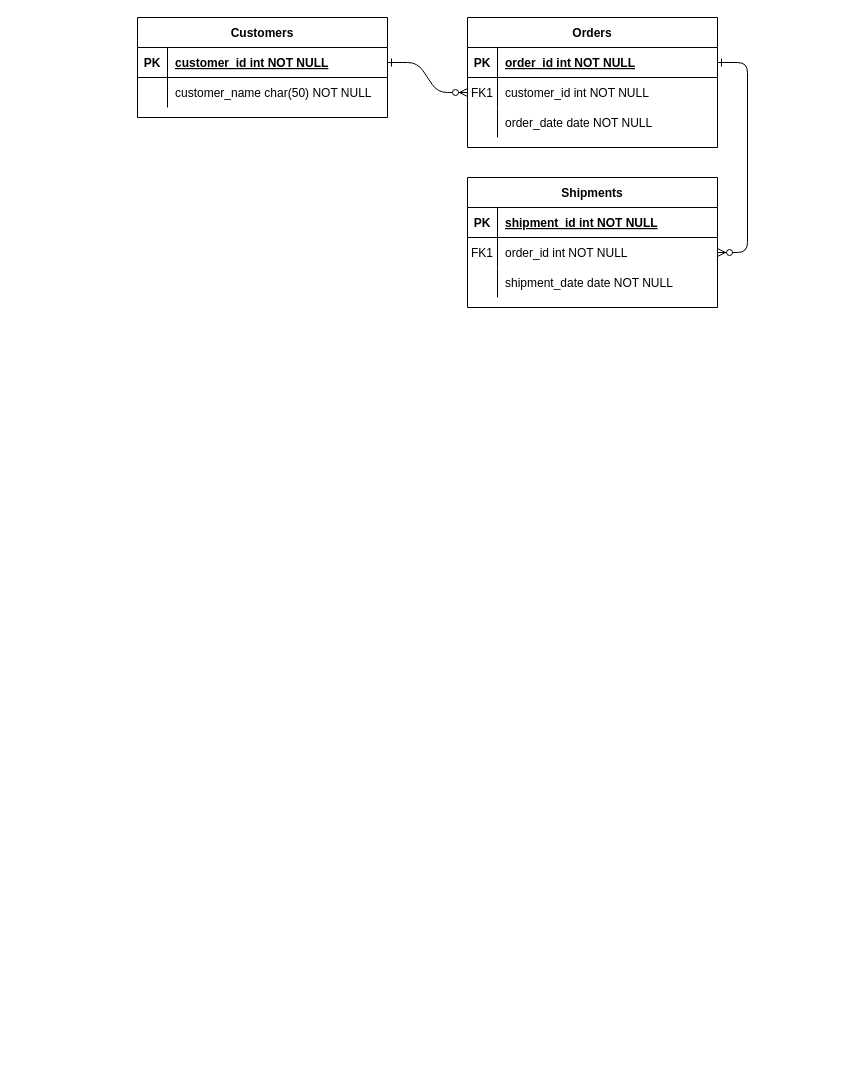
This is 未命名绘图.drawio from jcohy/drawio, a draw.io file, before an edit. Source tidied: cells renumbered, new cells numbered last; positions are measured from the earlier drawing's top-left corner, leaving out a move shared by most shapes. Both pictures are drawn from the tidied source at 100%, with x=0, y=0 at pixel (137, 17).
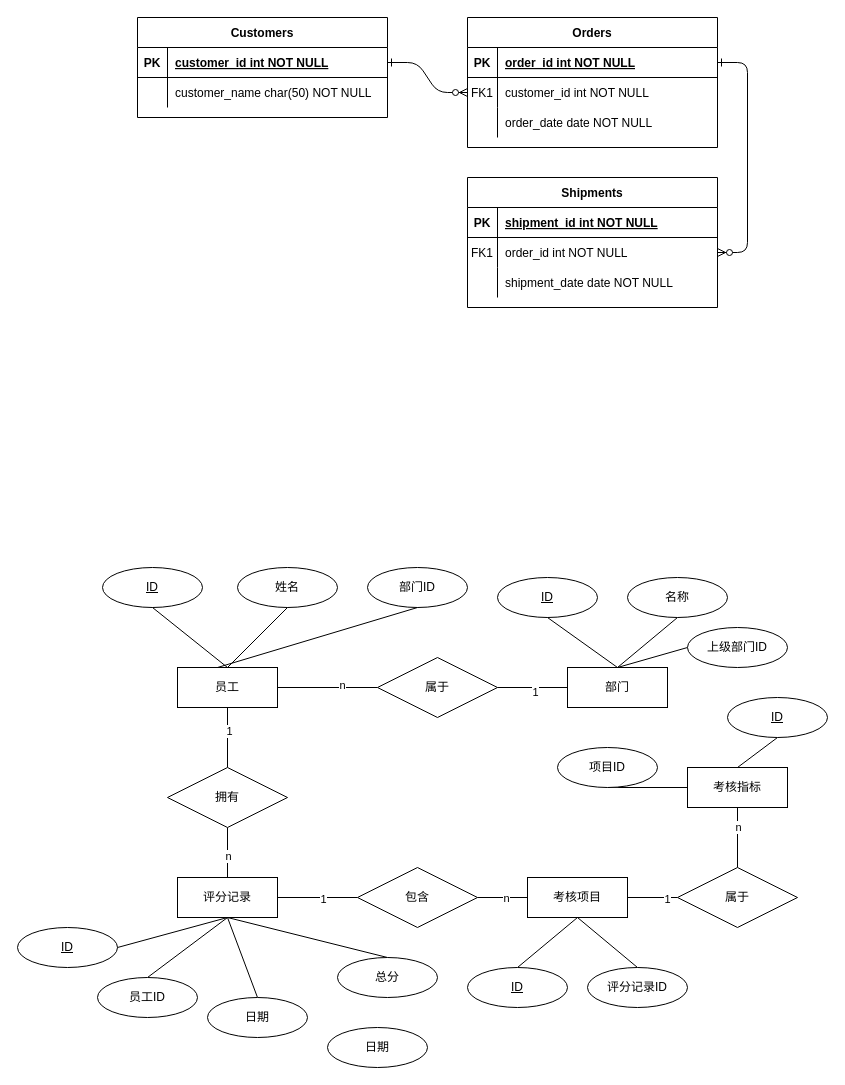
Above is the later version.

Commit message (it also covers changes not shown here):
更新未命名绘图.drawio

Diff of the diagram source:
```diff
@@
+    <mxCell id="31" value="姓名" style="ellipse;whiteSpace=wrap;html=1;align=center;" parent="1" vertex="1">
+      <mxGeometry x="100" y="550" width="100" height="40" as="geometry" />
+    </mxCell>
+    <mxCell id="32" value="ID" style="ellipse;whiteSpace=wrap;html=1;align=center;fontStyle=4;" parent="1" vertex="1">
+      <mxGeometry x="-35" y="550" width="100" height="40" as="geometry" />
+    </mxCell>
+    <mxCell id="33" style="edgeStyle=orthogonalEdgeStyle;rounded=0;jettySize=auto;html=1;exitX=1;exitY=0.5;exitDx=0;exitDy=0;entryX=0;entryY=0.5;entryDx=0;entryDy=0;endArrow=none;endFill=0;" parent="1" edge="1" source="37" target="40">
+      <mxGeometry relative="1" as="geometry" />
+    </mxCell>
+    <mxCell id="34" value="n" style="edgeLabel;html=1;align=center;verticalAlign=middle;" parent="33" vertex="1">
+      <mxGeometry x="0.28" y="3" relative="1" as="geometry" />
+    </mxCell>
+    <mxCell id="35" style="edgeStyle=orthogonalEdgeStyle;rounded=0;jettySize=auto;html=1;exitX=0.5;exitY=1;exitDx=0;exitDy=0;endArrow=none;endFill=0;" parent="1" edge="1" source="37" target="74">
+      <mxGeometry relative="1" as="geometry" />
+    </mxCell>
+    <mxCell id="36" value="1" style="edgeLabel;html=1;align=center;verticalAlign=middle;" parent="35" vertex="1">
+      <mxGeometry x="-0.23" y="1" relative="1" as="geometry" />
+    </mxCell>
+    <mxCell id="37" value="员工" style="whiteSpace=wrap;html=1;align=center;" parent="1" vertex="1">
+      <mxGeometry x="40" y="650" width="100" height="40" as="geometry" />
+    </mxCell>
+    <mxCell id="38" style="edgeStyle=orthogonalEdgeStyle;rounded=0;jettySize=auto;html=1;exitX=1;exitY=0.5;exitDx=0;exitDy=0;entryX=0;entryY=0.5;entryDx=0;entryDy=0;endArrow=none;endFill=0;" parent="1" edge="1" source="40" target="41">
+      <mxGeometry relative="1" as="geometry" />
+    </mxCell>
+    <mxCell id="39" value="1" style="edgeLabel;html=1;align=center;verticalAlign=middle;" parent="38" vertex="1">
+      <mxGeometry x="0.06" y="-4" relative="1" as="geometry" />
+    </mxCell>
+    <mxCell id="40" value="属于" style="shape=rhombus;perimeter=rhombusPerimeter;whiteSpace=wrap;html=1;align=center;" parent="1" vertex="1">
+      <mxGeometry x="240" y="640" width="120" height="60" as="geometry" />
+    </mxCell>
+    <mxCell id="41" value="部门" style="whiteSpace=wrap;html=1;align=center;" parent="1" vertex="1">
+      <mxGeometry x="430" y="650" width="100" height="40" as="geometry" />
+    </mxCell>
+    <mxCell id="42" style="edgeStyle=orthogonalEdgeStyle;rounded=0;jettySize=auto;html=1;exitX=1;exitY=0.5;exitDx=0;exitDy=0;entryX=0;entryY=0.5;entryDx=0;entryDy=0;endArrow=none;endFill=0;" parent="1" edge="1" source="44" target="77">
+      <mxGeometry relative="1" as="geometry" />
+    </mxCell>
+    <mxCell id="43" value="1" style="edgeLabel;html=1;align=center;verticalAlign=middle;" parent="42" vertex="1">
+      <mxGeometry x="0.12" y="-1" relative="1" as="geometry" />
+    </mxCell>
+    <mxCell id="44" value="评分记录" style="whiteSpace=wrap;html=1;align=center;" parent="1" vertex="1">
+      <mxGeometry x="40" y="860" width="100" height="40" as="geometry" />
+    </mxCell>
+    <mxCell id="45" style="rounded=0;jettySize=auto;html=1;exitX=0.5;exitY=0;exitDx=0;exitDy=0;entryX=0.5;entryY=1;entryDx=0;entryDy=0;endArrow=none;endFill=0;" parent="1" edge="1" source="47" target="81">
+      <mxGeometry relative="1" as="geometry" />
+    </mxCell>
+    <mxCell id="46" style="rounded=0;jettySize=auto;html=1;exitX=0;exitY=0.5;exitDx=0;exitDy=0;entryX=0.5;entryY=1;entryDx=0;entryDy=0;endArrow=none;endFill=0;" parent="1" edge="1" source="47" target="83">
+      <mxGeometry relative="1" as="geometry" />
+    </mxCell>
+    <mxCell id="47" value="考核指标" style="whiteSpace=wrap;html=1;align=center;" parent="1" vertex="1">
+      <mxGeometry x="550" y="750" width="100" height="40" as="geometry" />
+    </mxCell>
+    <mxCell id="48" value="ID" style="ellipse;whiteSpace=wrap;html=1;align=center;fontStyle=4;" parent="1" vertex="1">
+      <mxGeometry x="360" y="560" width="100" height="40" as="geometry" />
+    </mxCell>
+    <mxCell id="49" value="ID" style="ellipse;whiteSpace=wrap;html=1;align=center;fontStyle=4;" parent="1" vertex="1">
+      <mxGeometry x="-120" y="910" width="100" height="40" as="geometry" />
+    </mxCell>
+    <mxCell id="50" style="endArrow=none;html=1;rounded=0;entryX=0.5;entryY=1;entryDx=0;entryDy=0;exitX=0.5;exitY=0;exitDx=0;exitDy=0;" parent="1" edge="1" source="37" target="31">
+      <mxGeometry relative="1" as="geometry" />
+    </mxCell>
+    <mxCell id="51" style="endArrow=none;html=1;rounded=0;exitX=0.5;exitY=1;exitDx=0;exitDy=0;entryX=0.5;entryY=0;entryDx=0;entryDy=0;" parent="1" edge="1" source="32" target="37">
+      <mxGeometry relative="1" as="geometry" />
+    </mxCell>
+    <mxCell id="52" value="部门ID" style="ellipse;whiteSpace=wrap;html=1;align=center;" parent="1" vertex="1">
+      <mxGeometry x="230" y="550" width="100" height="40" as="geometry" />
+    </mxCell>
+    <mxCell id="53" style="endArrow=none;html=1;rounded=0;entryX=0.5;entryY=0;entryDx=0;entryDy=0;exitX=0.5;exitY=1;exitDx=0;exitDy=0;" parent="1" edge="1" source="44" target="67">
+      <mxGeometry relative="1" as="geometry" />
+    </mxCell>
+    <mxCell id="54" style="endArrow=none;html=1;rounded=0;entryX=1;entryY=0.5;entryDx=0;entryDy=0;exitX=0.5;exitY=1;exitDx=0;exitDy=0;" parent="1" edge="1" source="44" target="49">
+      <mxGeometry relative="1" as="geometry" />
+    </mxCell>
+    <mxCell id="55" style="endArrow=none;html=1;rounded=0;entryX=0;entryY=0.5;entryDx=0;entryDy=0;exitX=0.5;exitY=0;exitDx=0;exitDy=0;" parent="1" edge="1" source="41" target="60">
+      <mxGeometry relative="1" as="geometry" />
+    </mxCell>
+    <mxCell id="56" style="endArrow=none;html=1;rounded=0;entryX=0.5;entryY=1;entryDx=0;entryDy=0;exitX=0.5;exitY=0;exitDx=0;exitDy=0;" parent="1" edge="1" source="41" target="59">
+      <mxGeometry relative="1" as="geometry" />
+    </mxCell>
+    <mxCell id="57" style="endArrow=none;html=1;rounded=0;entryX=0.5;entryY=1;entryDx=0;entryDy=0;exitX=0.5;exitY=0;exitDx=0;exitDy=0;" parent="1" edge="1" source="41" target="48">
+      <mxGeometry relative="1" as="geometry" />
+    </mxCell>
+    <mxCell id="58" style="endArrow=none;html=1;rounded=0;entryX=0.5;entryY=1;entryDx=0;entryDy=0;exitX=0.4;exitY=0;exitDx=0;exitDy=0;exitPerimeter=0;" parent="1" edge="1" source="37" target="52">
+      <mxGeometry relative="1" as="geometry" />
+    </mxCell>
+    <mxCell id="59" value="名称" style="ellipse;whiteSpace=wrap;html=1;align=center;" parent="1" vertex="1">
+      <mxGeometry x="490" y="560" width="100" height="40" as="geometry" />
+    </mxCell>
+    <mxCell id="60" value="上级部门ID" style="ellipse;whiteSpace=wrap;html=1;align=center;" parent="1" vertex="1">
+      <mxGeometry x="550" y="610" width="100" height="40" as="geometry" />
+    </mxCell>
+    <mxCell id="61" style="edgeStyle=orthogonalEdgeStyle;rounded=0;jettySize=auto;html=1;exitX=1;exitY=0.5;exitDx=0;exitDy=0;entryX=0;entryY=0.5;entryDx=0;entryDy=0;endArrow=none;endFill=0;" parent="1" edge="1" source="65" target="80">
+      <mxGeometry relative="1" as="geometry" />
+    </mxCell>
+    <mxCell id="62" value="1" style="edgeLabel;html=1;align=center;verticalAlign=middle;" parent="61" vertex="1">
+      <mxGeometry x="0.56" y="-1" relative="1" as="geometry" />
+    </mxCell>
+    <mxCell id="63" style="rounded=0;jettySize=auto;html=1;exitX=0.5;exitY=1;exitDx=0;exitDy=0;entryX=0.5;entryY=0;entryDx=0;entryDy=0;endArrow=none;endFill=0;" parent="1" edge="1" source="65" target="66">
+      <mxGeometry relative="1" as="geometry" />
+    </mxCell>
+    <mxCell id="64" style="rounded=0;jettySize=auto;html=1;exitX=0.5;exitY=1;exitDx=0;exitDy=0;entryX=0.5;entryY=0;entryDx=0;entryDy=0;endArrow=none;endFill=0;" parent="1" edge="1" source="65" target="84">
+      <mxGeometry relative="1" as="geometry" />
+    </mxCell>
+    <mxCell id="65" value="考核项目" style="whiteSpace=wrap;html=1;align=center;" parent="1" vertex="1">
+      <mxGeometry x="390" y="860" width="100" height="40" as="geometry" />
+    </mxCell>
+    <mxCell id="66" value="ID" style="ellipse;whiteSpace=wrap;html=1;align=center;fontStyle=4;" parent="1" vertex="1">
+      <mxGeometry x="330" y="950" width="100" height="40" as="geometry" />
+    </mxCell>
+    <mxCell id="67" value="员工ID" style="ellipse;whiteSpace=wrap;html=1;align=center;" parent="1" vertex="1">
+      <mxGeometry x="-40" y="960" width="100" height="40" as="geometry" />
+    </mxCell>
+    <mxCell id="68" style="rounded=0;jettySize=auto;html=1;exitX=0.5;exitY=0;exitDx=0;exitDy=0;entryX=0.5;entryY=1;entryDx=0;entryDy=0;endArrow=none;endFill=0;" parent="1" edge="1" source="69" target="44">
+      <mxGeometry relative="1" as="geometry" />
+    </mxCell>
+    <mxCell id="69" value="日期" style="ellipse;whiteSpace=wrap;html=1;align=center;" parent="1" vertex="1">
+      <mxGeometry x="70" y="980" width="100" height="40" as="geometry" />
+    </mxCell>
+    <mxCell id="70" style="rounded=0;jettySize=auto;html=1;exitX=0.5;exitY=0;exitDx=0;exitDy=0;entryX=0.5;entryY=1;entryDx=0;entryDy=0;endArrow=none;endFill=0;" parent="1" edge="1" source="71" target="44">
+      <mxGeometry relative="1" as="geometry" />
+    </mxCell>
+    <mxCell id="71" value="总分" style="ellipse;whiteSpace=wrap;html=1;align=center;" parent="1" vertex="1">
+      <mxGeometry x="200" y="940" width="100" height="40" as="geometry" />
+    </mxCell>
+    <mxCell id="72" style="edgeStyle=orthogonalEdgeStyle;rounded=0;jettySize=auto;html=1;exitX=0.5;exitY=1;exitDx=0;exitDy=0;entryX=0.5;entryY=0;entryDx=0;entryDy=0;endArrow=none;endFill=0;" parent="1" edge="1" source="74" target="44">
+      <mxGeometry relative="1" as="geometry" />
+    </mxCell>
+    <mxCell id="73" value="n" style="edgeLabel;html=1;align=center;verticalAlign=middle;" parent="72" vertex="1">
+      <mxGeometry x="0.12" relative="1" as="geometry" />
+    </mxCell>
+    <mxCell id="74" value="拥有" style="shape=rhombus;perimeter=rhombusPerimeter;whiteSpace=wrap;html=1;align=center;" parent="1" vertex="1">
+      <mxGeometry x="30" y="750" width="120" height="60" as="geometry" />
+    </mxCell>
+    <mxCell id="75" style="edgeStyle=orthogonalEdgeStyle;rounded=0;jettySize=auto;html=1;exitX=1;exitY=0.5;exitDx=0;exitDy=0;entryX=0;entryY=0.5;entryDx=0;entryDy=0;endArrow=none;endFill=0;" parent="1" edge="1" source="77" target="65">
+      <mxGeometry relative="1" as="geometry" />
+    </mxCell>
+    <mxCell id="76" value="n" style="edgeLabel;html=1;align=center;verticalAlign=middle;" parent="75" vertex="1">
+      <mxGeometry x="0.12" relative="1" as="geometry" />
+    </mxCell>
+    <mxCell id="77" value="包含" style="shape=rhombus;perimeter=rhombusPerimeter;whiteSpace=wrap;html=1;align=center;" parent="1" vertex="1">
+      <mxGeometry x="220" y="850" width="120" height="60" as="geometry" />
+    </mxCell>
+    <mxCell id="78" style="edgeStyle=orthogonalEdgeStyle;rounded=0;jettySize=auto;html=1;exitX=0.5;exitY=0;exitDx=0;exitDy=0;entryX=0.5;entryY=1;entryDx=0;entryDy=0;endArrow=none;endFill=0;" parent="1" edge="1" source="80" target="47">
+      <mxGeometry relative="1" as="geometry" />
+    </mxCell>
+    <mxCell id="79" value="n" style="edgeLabel;html=1;align=center;verticalAlign=middle;" parent="78" vertex="1">
+      <mxGeometry x="0.37" relative="1" as="geometry" />
+    </mxCell>
+    <mxCell id="80" value="属于" style="shape=rhombus;perimeter=rhombusPerimeter;whiteSpace=wrap;html=1;align=center;" parent="1" vertex="1">
+      <mxGeometry x="540" y="850" width="120" height="60" as="geometry" />
+    </mxCell>
+    <mxCell id="81" value="ID" style="ellipse;whiteSpace=wrap;html=1;align=center;fontStyle=4;" parent="1" vertex="1">
+      <mxGeometry x="590" y="680" width="100" height="40" as="geometry" />
+    </mxCell>
+    <mxCell id="82" value="日期" style="ellipse;whiteSpace=wrap;html=1;align=center;" parent="1" vertex="1">
+      <mxGeometry x="190" y="1010" width="100" height="40" as="geometry" />
+    </mxCell>
+    <mxCell id="83" value="项目ID" style="ellipse;whiteSpace=wrap;html=1;align=center;" parent="1" vertex="1">
+      <mxGeometry x="420" y="730" width="100" height="40" as="geometry" />
+    </mxCell>
+    <mxCell id="84" value="评分记录ID" style="ellipse;whiteSpace=wrap;html=1;align=center;" parent="1" vertex="1">
+      <mxGeometry x="450" y="950" width="100" height="40" as="geometry" />
+    </mxCell>
```
